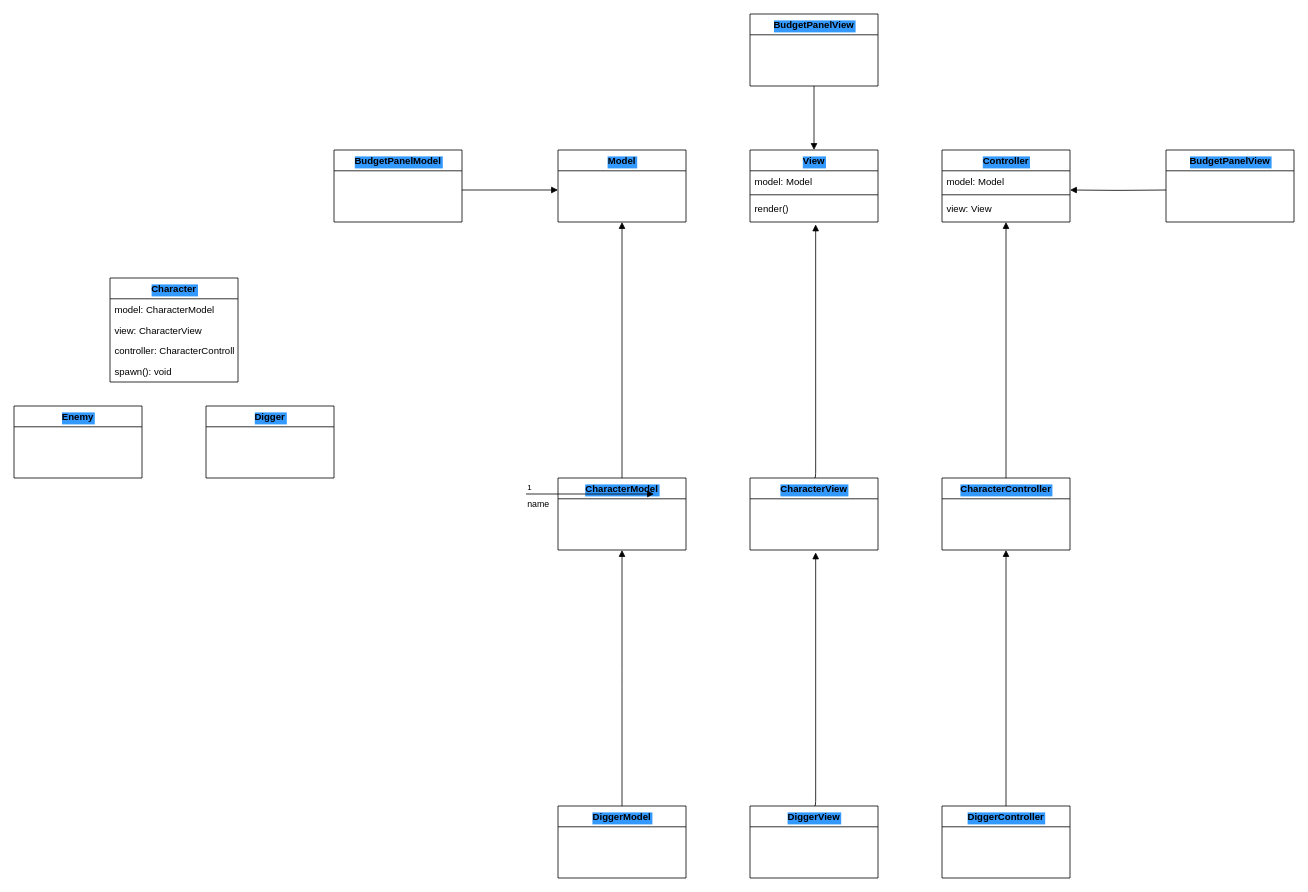
Above: Shakhtar.drawio in nortimg/diagrams (draw.io), before the change. Source tidied: cells renumbered, new cells numbered last; positions are measured from the earlier drawing's top-left corner, leaving out a move shared by most shapes. Both pictures are drawn from the tidied source at 80%, with x=0, y=0 at pixel (14, 14).
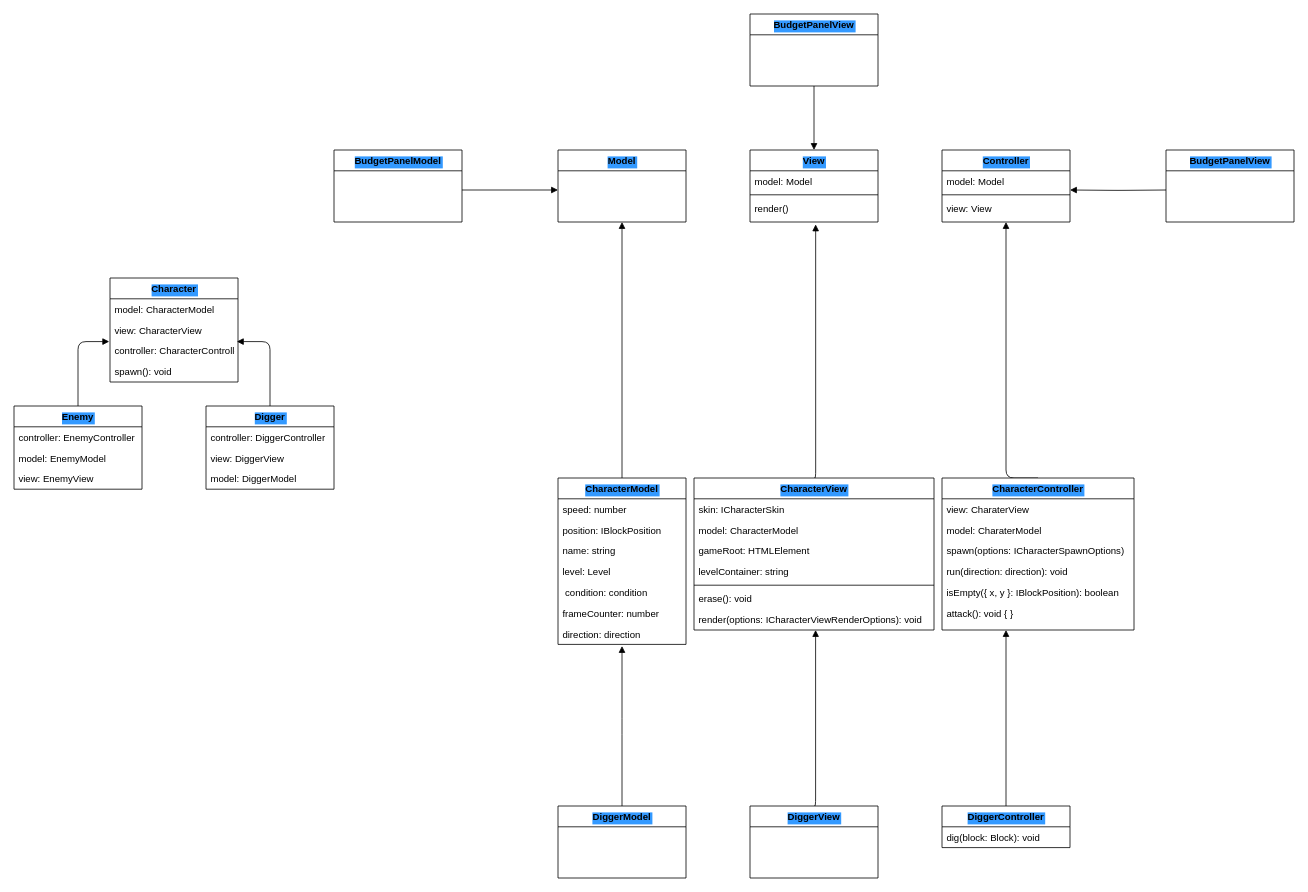
The same diagram, later.

The change refers to these unchanged cells:
```xml
<mxCell id="19" value="view: CharacterView" style="text;strokeColor=none;fillColor=none;align=left;verticalAlign=top;spacingLeft=4;spacingRight=4;overflow=hidden;points=[[0,0.5],[1,0.5]];portConstraint=eastwest;labelBackgroundColor=none;" parent="17" vertex="1">
  <mxGeometry y="52" width="160" height="26" as="geometry" />
</mxCell>
<mxCell id="20" value="controller: CharacterController" style="text;strokeColor=none;fillColor=none;align=left;verticalAlign=top;spacingLeft=4;spacingRight=4;overflow=hidden;points=[[0,0.5],[1,0.5]];portConstraint=eastwest;labelBackgroundColor=none;" parent="17" vertex="1">
  <mxGeometry y="78" width="160" height="26" as="geometry" />
</mxCell>
<mxCell id="28" value="DiggerModel" style="swimlane;fontStyle=1;align=center;verticalAlign=top;horizontal=1;startSize=26;labelBackgroundColor=#3399FF;" parent="1" vertex="1">
  <mxGeometry x="680" y="990" width="160" height="90" as="geometry" />
</mxCell>
<mxCell id="29" value="DiggerView" style="swimlane;fontStyle=1;align=center;verticalAlign=top;horizontal=1;startSize=26;labelBackgroundColor=#3399FF;" parent="1" vertex="1">
  <mxGeometry x="920" y="990" width="160" height="90" as="geometry" />
</mxCell>
```

What changed in the source:
```diff
@@
     <mxCell id="14" value="CharacterController" style="swimlane;fontStyle=1;align=center;verticalAlign=top;horizontal=1;startSize=26;labelBackgroundColor=#3399FF;" parent="1" vertex="1">
-      <mxGeometry x="1160" y="580" width="160" height="90" as="geometry" />
+      <mxGeometry x="1160" y="580" width="240" height="190" as="geometry" />
     </mxCell>
+    <mxCell id="38" value="view: CharaterView" style="text;strokeColor=none;fillColor=none;align=left;verticalAlign=top;spacingLeft=4;spacingRight=4;overflow=hidden;labelBackgroundColor=none;" parent="14" vertex="1">
+      <mxGeometry y="26" width="240" height="26" as="geometry" />
+    </mxCell>
+    <mxCell id="39" value="model: CharaterModel" style="text;strokeColor=none;fillColor=none;align=left;verticalAlign=top;spacingLeft=4;spacingRight=4;overflow=hidden;labelBackgroundColor=none;" parent="14" vertex="1">
+      <mxGeometry y="52" width="240" height="26" as="geometry" />
+    </mxCell>
+    <mxCell id="40" value="spawn(options: ICharacterSpawnOptions)" style="text;strokeColor=none;fillColor=none;align=left;verticalAlign=top;spacingLeft=4;spacingRight=4;overflow=hidden;labelBackgroundColor=none;" parent="14" vertex="1">
+      <mxGeometry y="78" width="240" height="26" as="geometry" />
+    </mxCell>
+    <mxCell id="41" value="run(direction: direction): void" style="text;strokeColor=none;fillColor=none;align=left;verticalAlign=top;spacingLeft=4;spacingRight=4;overflow=hidden;labelBackgroundColor=none;" parent="14" vertex="1">
+      <mxGeometry y="104" width="240" height="26" as="geometry" />
+    </mxCell>
+    <mxCell id="42" value="isEmpty({ x, y }: IBlockPosition): boolean" style="text;strokeColor=none;fillColor=none;align=left;verticalAlign=top;spacingLeft=4;spacingRight=4;overflow=hidden;labelBackgroundColor=none;" parent="14" vertex="1">
+      <mxGeometry y="130" width="240" height="26" as="geometry" />
+    </mxCell>
+    <mxCell id="43" value="attack(): void { }" style="text;strokeColor=none;fillColor=none;align=left;verticalAlign=top;spacingLeft=4;spacingRight=4;overflow=hidden;labelBackgroundColor=none;" parent="14" vertex="1">
+      <mxGeometry y="156" width="240" height="34" as="geometry" />
+    </mxCell>
     <mxCell id="15" value="CharacterView" style="swimlane;fontStyle=1;align=center;verticalAlign=top;horizontal=1;startSize=26;labelBackgroundColor=#3399FF;" parent="1" vertex="1">
-      <mxGeometry x="920" y="580" width="160" height="90" as="geometry" />
+      <mxGeometry x="850" y="580" width="300" height="190" as="geometry" />
     </mxCell>
+    <mxCell id="44" value="skin: ICharacterSkin" style="text;strokeColor=none;fillColor=none;align=left;verticalAlign=top;spacingLeft=4;spacingRight=4;overflow=hidden;labelBackgroundColor=none;" parent="15" vertex="1">
+      <mxGeometry y="26" width="300" height="26" as="geometry" />
+    </mxCell>
+    <mxCell id="45" value="model: CharacterModel" style="text;strokeColor=none;fillColor=none;align=left;verticalAlign=top;spacingLeft=4;spacingRight=4;overflow=hidden;labelBackgroundColor=none;" parent="15" vertex="1">
+      <mxGeometry y="52" width="300" height="26" as="geometry" />
+    </mxCell>
+    <mxCell id="46" value="gameRoot: HTMLElement" style="text;strokeColor=none;fillColor=none;align=left;verticalAlign=top;spacingLeft=4;spacingRight=4;overflow=hidden;labelBackgroundColor=none;" parent="15" vertex="1">
+      <mxGeometry y="78" width="300" height="26" as="geometry" />
+    </mxCell>
+    <mxCell id="47" value="levelContainer: string" style="text;strokeColor=none;fillColor=none;align=left;verticalAlign=top;spacingLeft=4;spacingRight=4;overflow=hidden;labelBackgroundColor=none;" parent="15" vertex="1">
+      <mxGeometry y="104" width="300" height="26" as="geometry" />
+    </mxCell>
+    <mxCell id="48" style="line;strokeWidth=1;fillColor=none;align=left;verticalAlign=middle;spacingTop=-1;spacingLeft=3;spacingRight=3;labelPosition=right;labelBackgroundColor=none;" parent="15" vertex="1">
+      <mxGeometry y="130" width="300" height="8" as="geometry" />
+    </mxCell>
+    <mxCell id="49" value="erase(): void" style="text;strokeColor=none;fillColor=none;align=left;verticalAlign=top;spacingLeft=4;spacingRight=4;overflow=hidden;labelBackgroundColor=none;" parent="15" vertex="1">
+      <mxGeometry y="138" width="300" height="26" as="geometry" />
+    </mxCell>
+    <mxCell id="50" value="render(options: ICharacterViewRenderOptions): void" style="text;strokeColor=none;fillColor=none;align=left;verticalAlign=top;spacingLeft=4;spacingRight=4;overflow=hidden;points=[[0,0.5],[1,0.5]];portConstraint=eastwest;labelBackgroundColor=none;" parent="15" vertex="1">
+      <mxGeometry y="164" width="300" height="26" as="geometry" />
+    </mxCell>
     <mxCell id="16" value="CharacterModel" style="swimlane;fontStyle=1;align=center;verticalAlign=top;horizontal=1;startSize=26;labelBackgroundColor=#3399FF;" parent="1" vertex="1">
-      <mxGeometry x="680" y="580" width="160" height="90" as="geometry" />
+      <mxGeometry x="680" y="580" width="160" height="208" as="geometry" />
     </mxCell>
+    <mxCell id="51" value="speed: number" style="text;strokeColor=none;fillColor=none;align=left;verticalAlign=top;spacingLeft=4;spacingRight=4;overflow=hidden;labelBackgroundColor=none;" parent="16" vertex="1">
+      <mxGeometry y="26" width="160" height="26" as="geometry" />
+    </mxCell>
+    <mxCell id="52" value="position: IBlockPosition" style="text;strokeColor=none;fillColor=none;align=left;verticalAlign=top;spacingLeft=4;spacingRight=4;overflow=hidden;labelBackgroundColor=none;" parent="16" vertex="1">
+      <mxGeometry y="52" width="160" height="26" as="geometry" />
+    </mxCell>
+    <mxCell id="53" value="name: string" style="text;strokeColor=none;fillColor=none;align=left;verticalAlign=top;spacingLeft=4;spacingRight=4;overflow=hidden;labelBackgroundColor=none;" parent="16" vertex="1">
+      <mxGeometry y="78" width="160" height="26" as="geometry" />
+    </mxCell>
+    <mxCell id="54" value="level: Level" style="text;strokeColor=none;fillColor=none;align=left;verticalAlign=top;spacingLeft=4;spacingRight=4;overflow=hidden;labelBackgroundColor=none;" parent="16" vertex="1">
+      <mxGeometry y="104" width="160" height="26" as="geometry" />
+    </mxCell>
+    <mxCell id="55" value=" condition: condition" style="text;strokeColor=none;fillColor=none;align=left;verticalAlign=top;spacingLeft=4;spacingRight=4;overflow=hidden;labelBackgroundColor=none;" parent="16" vertex="1">
+      <mxGeometry y="130" width="160" height="26" as="geometry" />
+    </mxCell>
+    <mxCell id="56" value="frameCounter: number" style="text;strokeColor=none;fillColor=none;align=left;verticalAlign=top;spacingLeft=4;spacingRight=4;overflow=hidden;labelBackgroundColor=none;" parent="16" vertex="1">
+      <mxGeometry y="156" width="160" height="26" as="geometry" />
+    </mxCell>
+    <mxCell id="57" value="direction: direction" style="text;strokeColor=none;fillColor=none;align=left;verticalAlign=top;spacingLeft=4;spacingRight=4;overflow=hidden;labelBackgroundColor=none;" parent="16" vertex="1">
+      <mxGeometry y="182" width="160" height="26" as="geometry" />
+    </mxCell>
@@
     <mxCell id="22" value="Digger" style="swimlane;fontStyle=1;align=center;verticalAlign=top;horizontal=1;startSize=26;labelBackgroundColor=#3399FF;" parent="1" vertex="1">
-      <mxGeometry x="240" y="490" width="160" height="90" as="geometry" />
+      <mxGeometry x="240" y="490" width="160" height="104" as="geometry" />
     </mxCell>
+    <mxCell id="58" value="controller: DiggerController" style="text;strokeColor=none;fillColor=none;align=left;verticalAlign=top;spacingLeft=4;spacingRight=4;overflow=hidden;labelBackgroundColor=none;" parent="22" vertex="1">
+      <mxGeometry y="26" width="160" height="26" as="geometry" />
+    </mxCell>
+    <mxCell id="59" value="view: DiggerView" style="text;strokeColor=none;fillColor=none;align=left;verticalAlign=top;spacingLeft=4;spacingRight=4;overflow=hidden;labelBackgroundColor=none;" parent="22" vertex="1">
+      <mxGeometry y="52" width="160" height="26" as="geometry" />
+    </mxCell>
+    <mxCell id="60" value="model: DiggerModel" style="text;strokeColor=none;fillColor=none;align=left;verticalAlign=top;spacingLeft=4;spacingRight=4;overflow=hidden;labelBackgroundColor=none;" parent="22" vertex="1">
+      <mxGeometry y="78" width="160" height="26" as="geometry" />
+    </mxCell>
     <mxCell id="23" value="Enemy" style="swimlane;fontStyle=1;align=center;verticalAlign=top;horizontal=1;startSize=26;labelBackgroundColor=#3399FF;" parent="1" vertex="1">
-      <mxGeometry y="490" width="160" height="90" as="geometry" />
+      <mxGeometry y="490" width="160" height="104" as="geometry" />
     </mxCell>
+    <mxCell id="61" style="endArrow=block;endFill=1;html=1;edgeStyle=orthogonalEdgeStyle;align=left;verticalAlign=top;entryX=-0.006;entryY=0.057;entryDx=0;entryDy=0;entryPerimeter=0;" parent="23" edge="1" target="20">
+      <mxGeometry x="-1" relative="1" as="geometry">
+        <mxPoint x="80" as="sourcePoint" />
+        <Array as="points">
+          <mxPoint x="80" />
+          <mxPoint x="80" y="-81" />
+        </Array>
+      </mxGeometry>
+    </mxCell>
+    <mxCell id="62" value="controller: EnemyController" style="text;strokeColor=none;fillColor=none;align=left;verticalAlign=top;spacingLeft=4;spacingRight=4;overflow=hidden;labelBackgroundColor=none;" parent="23" vertex="1">
+      <mxGeometry y="26" width="160" height="26" as="geometry" />
+    </mxCell>
+    <mxCell id="63" value="model: EnemyModel" style="text;strokeColor=none;fillColor=none;align=left;verticalAlign=top;spacingLeft=4;spacingRight=4;overflow=hidden;labelBackgroundColor=none;" parent="23" vertex="1">
+      <mxGeometry y="52" width="160" height="26" as="geometry" />
+    </mxCell>
+    <mxCell id="64" value="view: EnemyView" style="text;strokeColor=none;fillColor=none;align=left;verticalAlign=top;spacingLeft=4;spacingRight=4;overflow=hidden;labelBackgroundColor=none;" parent="23" vertex="1">
+      <mxGeometry y="78" width="160" height="26" as="geometry" />
+    </mxCell>
-    <mxCell id="24" style="endArrow=block;endFill=1;html=1;edgeStyle=orthogonalEdgeStyle;align=left;verticalAlign=top;exitX=0.5;exitY=0;exitDx=0;exitDy=0;entryX=0.5;entryY=1;entryDx=0;entryDy=0;" parent="1" edge="1" source="28">
+    <mxCell id="24" style="endArrow=block;endFill=1;html=1;edgeStyle=orthogonalEdgeStyle;align=left;verticalAlign=top;exitX=0.5;exitY=0;exitDx=0;exitDy=0;" parent="1" edge="1" source="28">
       <mxGeometry x="-1" relative="1" as="geometry">
-        <mxPoint x="760" y="670" as="targetPoint" />
+        <mxPoint x="760" y="790" as="targetPoint" />
       </mxGeometry>
     </mxCell>
-    <mxCell id="25" style="endArrow=block;endFill=1;html=1;edgeStyle=orthogonalEdgeStyle;align=left;verticalAlign=top;exitX=0.5;exitY=0;exitDx=0;exitDy=0;entryX=0.513;entryY=1.1;entryDx=0;entryDy=0;entryPerimeter=0;" parent="1" edge="1" source="29">
+    <mxCell id="25" style="endArrow=block;endFill=1;html=1;edgeStyle=orthogonalEdgeStyle;align=left;verticalAlign=top;exitX=0.5;exitY=0;exitDx=0;exitDy=0;" parent="1" edge="1" source="29" target="50">
       <mxGeometry x="-1" relative="1" as="geometry">
-        <mxPoint x="1002.1" y="673" as="targetPoint" />
         <Array as="points">
           <mxPoint x="1002" y="990" />
         </Array>
       </mxGeometry>
     </mxCell>
     <mxCell id="26" style="endArrow=block;endFill=1;html=1;edgeStyle=orthogonalEdgeStyle;align=left;verticalAlign=top;exitX=0.5;exitY=0;exitDx=0;exitDy=0;" parent="1" edge="1" source="30">
       <mxGeometry x="-1" relative="1" as="geometry">
-        <mxPoint x="1240" y="670" as="targetPoint" />
+        <mxPoint x="1240" y="770" as="targetPoint" />
         <Array as="points">
           <mxPoint x="1240" y="860" />
           <mxPoint x="1240" y="860" />
         </Array>
       </mxGeometry>
     </mxCell>
@@
     <mxCell id="30" value="DiggerController" style="swimlane;fontStyle=1;align=center;verticalAlign=top;horizontal=1;startSize=26;labelBackgroundColor=#3399FF;" parent="1" vertex="1">
-      <mxGeometry x="1160" y="990" width="160" height="90" as="geometry" />
+      <mxGeometry x="1160" y="990" width="160" height="52" as="geometry" />
     </mxCell>
+    <mxCell id="65" value="dig(block: Block): void" style="text;strokeColor=none;fillColor=none;align=left;verticalAlign=top;spacingLeft=4;spacingRight=4;overflow=hidden;labelBackgroundColor=none;" parent="30" vertex="1">
+      <mxGeometry y="26" width="160" height="26" as="geometry" />
+    </mxCell>
@@
-    <mxCell id="32" value="name" style="endArrow=block;endFill=1;html=1;edgeStyle=orthogonalEdgeStyle;align=left;verticalAlign=top;" parent="1" edge="1">
-      <mxGeometry x="-1" relative="1" as="geometry">
-        <mxPoint x="640" y="600" as="sourcePoint" />
-        <mxPoint x="800" y="600" as="targetPoint" />
-      </mxGeometry>
-    </mxCell>
-    <mxCell id="33" value="1" style="html=1;align=left;verticalAlign=bottom;labelBackgroundColor=#ffffff;fontSize=10;" parent="32" vertex="1">
-      <mxGeometry x="-1" relative="1" as="geometry" />
-    </mxCell>
@@
+    <mxCell id="66" style="endArrow=block;endFill=1;html=1;edgeStyle=orthogonalEdgeStyle;align=left;verticalAlign=top;entryX=0.991;entryY=1.057;entryDx=0;entryDy=0;entryPerimeter=0;exitX=0.5;exitY=0;exitDx=0;exitDy=0;" parent="1" edge="1" source="22" target="19">
+      <mxGeometry x="-1" relative="1" as="geometry" />
+    </mxCell>
```
